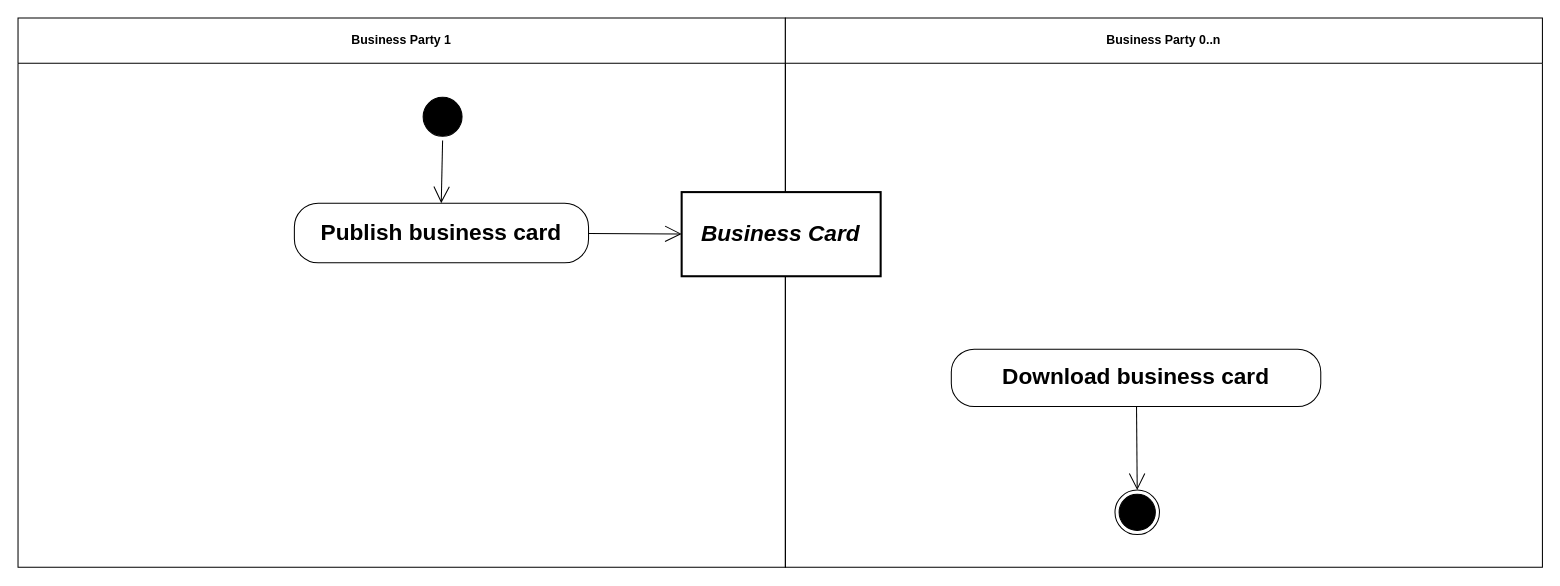
This is diagrams/UBL-2.2-BusinessCard/UBL-2.2-BusinessCard.drawio from kduvekot/ubl-work-on-svg-images, a draw.io file, before an edit. Source tidied: cells renumbered, new cells numbered last; positions are measured from the earlier drawing's top-left corner, leaving out a move shared by most shapes. Both pictures are drawn from the tidied source at 103%, with x=0, y=0 at pixel (18, 18).
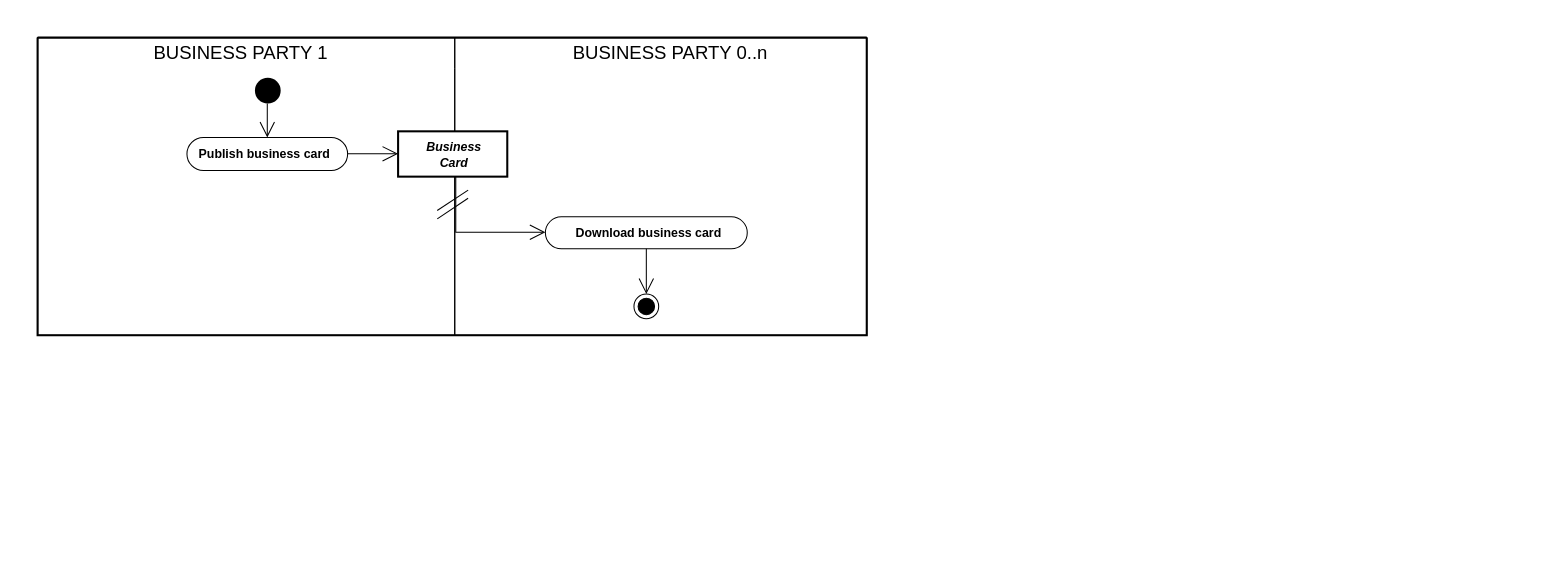
The same diagram, later.

Diff of the diagram source:
```diff
@@
 <mxGraphModel>
   <root>
     <mxCell id="0" />
     <mxCell id="1" parent="0" />
+    <mxCell id="12" style="swimlane;html=1;startSize=0;whiteSpace=wrap;fillColor=none;strokeWidth=2;" parent="1" vertex="1">
+      <mxGeometry x="19" y="19" width="805" height="289" as="geometry" />
+    </mxCell>
-    <mxCell id="2" value="Business Party 1" style="swimlane;whiteSpace=wrap;html=1;startSize=44;" parent="1" vertex="1">
-      <mxGeometry width="745" height="533.2" as="geometry" />
+    <mxCell id="2" value="BUSINESS PARTY 1" style="swimlane;horizontal=1;startSize=30;swimlaneLine=0;html=1;fillColor=none;fontSize=18;fontStyle=0;spacing=0;spacingRight=12;" parent="12" vertex="1">
+      <mxGeometry width="405" height="289" as="geometry" />
     </mxCell>
-    <mxCell id="3" value="Business Party 0..n" style="swimlane;whiteSpace=wrap;html=1;startSize=44;" parent="1" vertex="1">
-      <mxGeometry x="745" width="735" height="533.2" as="geometry" />
+    <mxCell id="3" value="BUSINESS PARTY 0..n" style="swimlane;horizontal=1;startSize=30;swimlaneLine=0;html=1;fillColor=none;fontSize=18;fontStyle=0;spacing=0;spacingLeft=18;" parent="12" vertex="1">
+      <mxGeometry x="405" width="400" height="289" as="geometry" />
     </mxCell>
-    <mxCell id="4" style="ellipse;html=1;shape=startState;fillColor=#000000;strokeColor=#000000;fontFamily=Helvetica;fontSize=22;" parent="1" vertex="1">
-      <mxGeometry x="389.3" y="73" width="45.8" height="45.8" as="geometry" />
+    <mxCell id="4" style="ellipse;shape=startState;fillColor=#000000;strokeColor=none;html=1;" parent="2" vertex="1">
+      <mxGeometry x="207" y="35" width="33" height="33" as="geometry" />
     </mxCell>
-    <mxCell id="5" value="Business Card" style="rounded=0;whiteSpace=wrap;html=1;fontStyle=3;strokeWidth=2;fontFamily=Helvetica;fontSize=22;" parent="1" vertex="1">
-      <mxGeometry x="644.3" y="169" width="193.2" height="81.7" as="geometry" />
+    <mxCell id="5" value="Business&lt;br&gt;Card" style="rounded=0;html=1;whiteSpace=nowrap;fontSize=12;fontStyle=3;align=center;verticalAlign=middle;spacing=0;spacingLeft=1;spacingTop=1;strokeWidth=2;" parent="3" vertex="1">
+      <mxGeometry x="-55" y="91" width="106" height="44" as="geometry" />
     </mxCell>
-    <mxCell id="6" value="Publish business card" style="rounded=1;arcSize=40;whiteSpace=wrap;html=1;fontStyle=1;fontFamily=Helvetica;fontSize=22;" parent="1" vertex="1">
-      <mxGeometry x="268.3" y="179.8" width="285.6" height="57.9" as="geometry" />
+    <mxCell id="6" value="Publish business card" style="rounded=1;absoluteArcSize=1;arcSize=34;html=1;whiteSpace=nowrap;fontSize=12;fontStyle=1;align=center;verticalAlign=middle;spacing=0;spacingRight=6;spacingBottom=1;" parent="2" vertex="1">
+      <mxGeometry x="145" y="97" width="156" height="32" as="geometry" />
     </mxCell>
-    <mxCell id="7" value="Download business card" style="rounded=1;arcSize=40;whiteSpace=wrap;html=1;fontStyle=1;fontFamily=Helvetica;fontSize=22;" parent="1" vertex="1">
-      <mxGeometry x="906.1" y="321.5" width="358.7" height="55.7" as="geometry" />
+    <mxCell id="7" value="Download business card" style="rounded=1;absoluteArcSize=1;arcSize=34;html=1;whiteSpace=nowrap;fontSize=12;fontStyle=1;align=center;verticalAlign=middle;spacing=0;spacingLeft=3;spacingTop=1;" parent="3" vertex="1">
+      <mxGeometry x="88" y="174" width="196" height="31" as="geometry" />
     </mxCell>
-    <mxCell id="8" style="ellipse;html=1;shape=endState;fillColor=#000000;strokeColor=#000000;fontFamily=Helvetica;fontSize=22;" parent="1" vertex="1">
-      <mxGeometry x="1065" y="458.3" width="43.2" height="43.2" as="geometry" />
+    <mxCell id="8" style="ellipse;shape=endState;fillColor=#000000;html=1;" parent="3" vertex="1">
+      <mxGeometry x="174" y="249" width="24" height="24" as="geometry" />
     </mxCell>
-    <mxCell id="9" style="edgeStyle=none;rounded=0;html=1;endArrow=open;endFill=0;endSize=14;exitX=0.5;exitY=1.0;entryX=0.4993;entryY=0.0;" parent="1" edge="1" source="4" target="6">
+    <mxCell id="9" style="edgeStyle=none;rounded=0;html=1;endArrow=open;endFill=0;endSize=13;exitPerimeter=0;entryX=0.5;entryY=0;entryPerimeter=0;exitX=0.484848;exitY=0.8788;" parent="2" edge="1" source="4" target="6">
       <mxGeometry relative="1" as="geometry" />
     </mxCell>
-    <mxCell id="10" style="edgeStyle=none;rounded=0;html=1;endArrow=open;endFill=0;endSize=14;exitX=1.0;exitY=0.506;entryX=0.0;entryY=0.4969;" parent="1" edge="1" source="6" target="5">
+    <mxCell id="10" style="edgeStyle=none;rounded=0;html=1;endArrow=open;endFill=0;endSize=13;exitPerimeter=0;entryX=0;entryY=0.4966;entryPerimeter=0;exitX=1;exitY=0.495325;" parent="12" edge="1" source="6" target="5">
       <mxGeometry relative="1" as="geometry" />
     </mxCell>
-    <mxCell id="11" style="edgeStyle=none;rounded=0;html=1;endArrow=open;endFill=0;endSize=14;exitX=0.5013;exitY=1.0;entryX=0.5046;entryY=0.0;" parent="1" edge="1" source="7" target="8">
+    <mxCell id="11" style="edgeStyle=none;rounded=0;html=1;endArrow=open;endFill=0;endSize=13;exitX=0.5;exitY=1;exitPerimeter=0;entryPerimeter=0;entryX=0.5;entryY=0;" parent="3" edge="1" source="7" target="8">
       <mxGeometry relative="1" as="geometry" />
     </mxCell>
+    <mxCell id="13" style="edgeStyle=orthogonalEdgeStyle;rounded=0;html=1;endArrow=open;endFill=0;endSize=13;exitPerimeter=0;entryPerimeter=0;exitX=0.528302;exitY=1;entryX=0;entryY=0.483871;" parent="3" edge="1" source="5" target="7">
+      <mxGeometry relative="1" as="geometry">
+        <Array as="points">
+          <mxPoint x="1" y="189" />
+        </Array>
+      </mxGeometry>
+    </mxCell>
+    <mxCell id="14" style="shape=line;html=1;rotation=146.58;" parent="13" vertex="1">
+      <mxGeometry x="-0.68" width="36" height="10" relative="1" as="geometry">
+        <mxPoint x="-21" y="-5" as="offset" />
+      </mxGeometry>
+    </mxCell>
+    <mxCell id="15" style="shape=line;html=1;rotation=146.31;" parent="13" vertex="1">
+      <mxGeometry x="-0.56" width="36" height="10" relative="1" as="geometry">
+        <mxPoint x="-21" y="-5" as="offset" />
+      </mxGeometry>
+    </mxCell>
   </root>
 </mxGraphModel>
```
